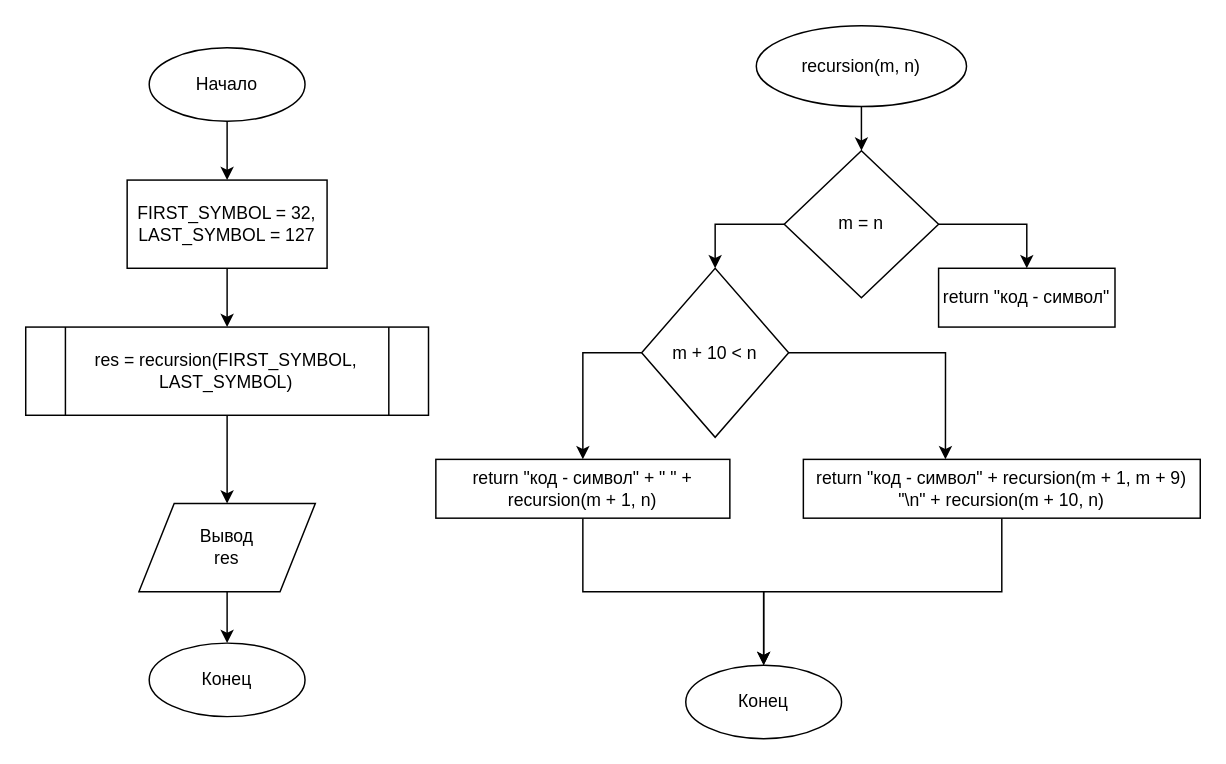
Earlier version of the draw.io diagram page "task_6" (6 of 6) of lesson_2.drawio (Virucek/geekbrains_python_algorithms_basic). Source tidied: cells renumbered, new cells numbered last; positions are measured from the earlier drawing's top-left corner, leaving out a move shared by most shapes. Both pictures are drawn from the tidied source at 147%, with x=0, y=0 at pixel (25, 25).
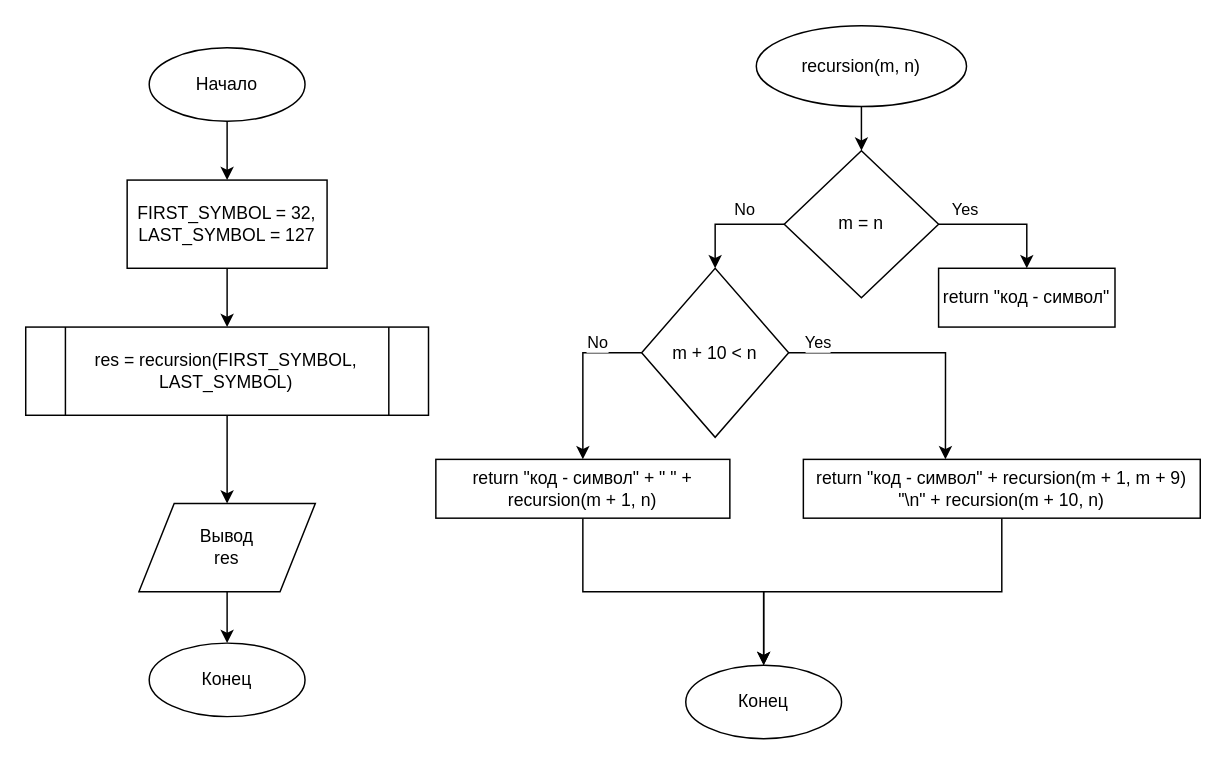
The same diagram, later.

The change refers to these unchanged cells:
```xml
<mxCell id="10" value="m = n" style="rhombus;whiteSpace=wrap;html=1;" parent="1" vertex="1">
  <mxGeometry x="516" y="85" width="105" height="100" as="geometry" />
</mxCell>
<mxCell id="11" value="return &quot;код - символ&quot;" style="rounded=0;whiteSpace=wrap;html=1;" parent="1" vertex="1">
  <mxGeometry x="621" y="165" width="120" height="40" as="geometry" />
</mxCell>
<mxCell id="14" value="m + 10 &amp;lt; n" style="rhombus;whiteSpace=wrap;html=1;direction=south;" parent="1" vertex="1">
  <mxGeometry x="419" y="165" width="100" height="115" as="geometry" />
</mxCell>
<mxCell id="16" value="return &quot;код - символ&quot; + recursion(m + 1, m + 9) &quot;\n&quot; + recursion(m + 10, n)" style="rounded=0;whiteSpace=wrap;html=1;" parent="1" vertex="1">
  <mxGeometry x="529" y="295" width="270" height="40" as="geometry" />
</mxCell>
<mxCell id="18" value="return &quot;код - символ&quot; + &quot; &quot; + recursion(m + 1, n)" style="rounded=0;whiteSpace=wrap;html=1;" parent="1" vertex="1">
  <mxGeometry x="279" y="295" width="200" height="40" as="geometry" />
</mxCell>
```

The edit, as a diff of the source:
```diff
@@
-    <mxCell id="8" style="edgeStyle=orthogonalEdgeStyle;rounded=0;jettySize=auto;html=1;exitX=1;exitY=0.5;exitDx=0;exitDy=0;entryX=0.5;entryY=0;entryDx=0;entryDy=0;" parent="1" edge="1" source="10" target="11">
-      <mxGeometry relative="1" as="geometry" />
+    <mxCell id="8" value="Yes" style="edgeStyle=orthogonalEdgeStyle;rounded=0;jettySize=auto;html=1;exitX=1;exitY=0.5;exitDx=0;exitDy=0;entryX=0.5;entryY=0;entryDx=0;entryDy=0;" parent="1" edge="1" source="10" target="11">
+      <mxGeometry x="-0.6" y="10" relative="1" as="geometry" />
     </mxCell>
-    <mxCell id="9" style="edgeStyle=orthogonalEdgeStyle;rounded=0;jettySize=auto;html=1;exitX=0;exitY=0.5;exitDx=0;exitDy=0;" parent="1" edge="1" source="10">
-      <mxGeometry relative="1" as="geometry">
+    <mxCell id="9" value="No" style="edgeStyle=orthogonalEdgeStyle;rounded=0;jettySize=auto;html=1;exitX=0;exitY=0.5;exitDx=0;exitDy=0;" parent="1" edge="1" source="10">
+      <mxGeometry x="-0.3" y="-10" relative="1" as="geometry">
         <mxPoint x="469" y="165" as="targetPoint" />
         <Array as="points">
           <mxPoint x="469" y="135" />
         </Array>
       </mxGeometry>
     </mxCell>
@@
-    <mxCell id="12" style="edgeStyle=orthogonalEdgeStyle;rounded=0;jettySize=auto;html=1;exitX=0.5;exitY=0;exitDx=0;exitDy=0;entryX=0.358;entryY=0;entryDx=0;entryDy=0;entryPerimeter=0;" parent="1" edge="1" source="14" target="16">
-      <mxGeometry relative="1" as="geometry" />
+    <mxCell id="12" value="Yes" style="edgeStyle=orthogonalEdgeStyle;rounded=0;jettySize=auto;html=1;exitX=0.5;exitY=0;exitDx=0;exitDy=0;entryX=0.358;entryY=0;entryDx=0;entryDy=0;entryPerimeter=0;" parent="1" edge="1" source="14" target="16">
+      <mxGeometry x="-0.78" y="7" relative="1" as="geometry" />
     </mxCell>
-    <mxCell id="13" style="edgeStyle=orthogonalEdgeStyle;rounded=0;jettySize=auto;html=1;exitX=0.5;exitY=1;exitDx=0;exitDy=0;entryX=0.5;entryY=0;entryDx=0;entryDy=0;endArrow=classic;endFill=1;" parent="1" edge="1" source="14" target="18">
-      <mxGeometry relative="1" as="geometry" />
+    <mxCell id="13" value="No" style="edgeStyle=orthogonalEdgeStyle;rounded=0;jettySize=auto;html=1;exitX=0.5;exitY=1;exitDx=0;exitDy=0;entryX=0.5;entryY=0;entryDx=0;entryDy=0;endArrow=classic;endFill=1;" parent="1" edge="1" source="14" target="18">
+      <mxGeometry x="-0.47" y="-7" relative="1" as="geometry" />
     </mxCell>
```
